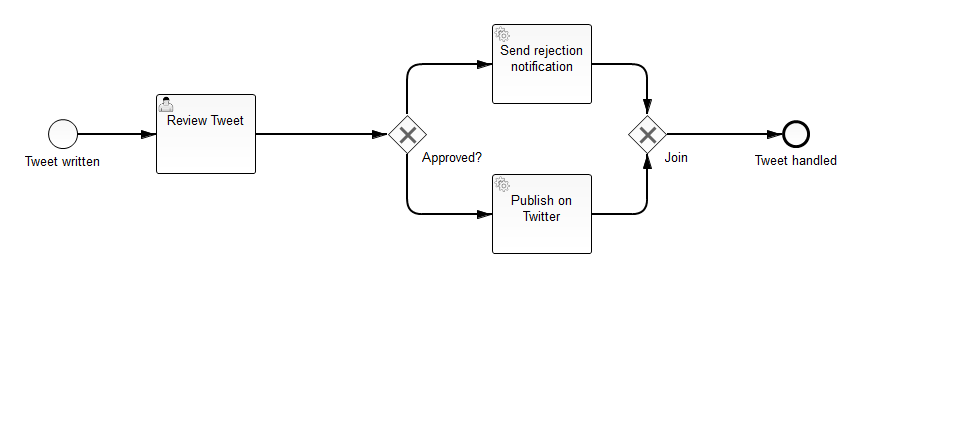
Above: twitter/src/main/resources/TwitterDemoProcess.png in camunda-consulting/camunda-7-code-examples (BPMN), before the change. Its source is kept beside it as twitter/src/main/resources/TwitterDemoProcess.bpmn. Ids are renumbered.
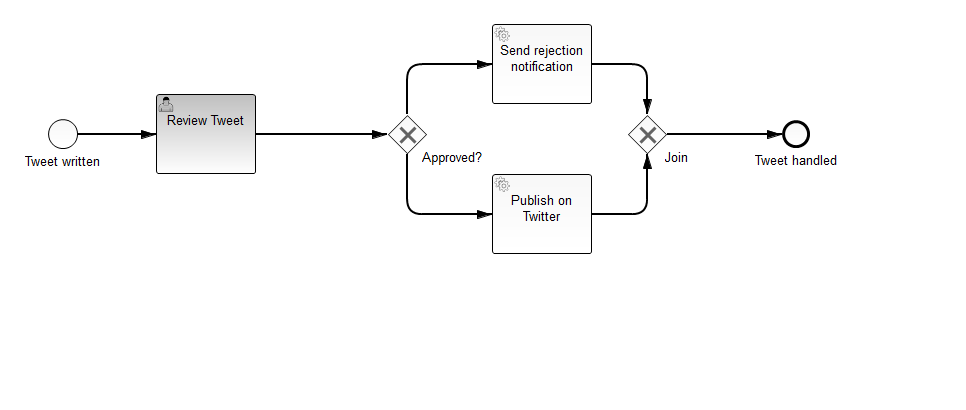
The same file after the commit.

Commit message:
adjusted invoice and twitter to 7.0.0-Final

The edit, as a diff of the source:
```diff
@@ -33,12 +33,12 @@
     <startEvent id="start_event_new_tweet" activiti:initiator="initiator" activiti:formKey="app:createTweet.jsf" name="Tweet written">
       <outgoing>SequenceFlow_9</outgoing>
     </startEvent>
-    <sequenceFlow id="SequenceFlow_9" name="" sourceRef="start_event_new_tweet" targetRef="user_task_review_tweet_XXXX"/>
-    <userTask id="user_task_review_tweet_XXXX" activiti:assignee="demo" activiti:formKey="app:reviewTweet.jsf" name="Review Tweet">
+    <sequenceFlow id="SequenceFlow_9" name="" sourceRef="start_event_new_tweet" targetRef="user_task_review_tweet"/>
+    <userTask id="user_task_review_tweet" activiti:assignee="demo" activiti:formKey="app:reviewTweet.jsf" name="Review Tweet">
       <incoming>SequenceFlow_9</incoming>
       <outgoing>SequenceFlow_2</outgoing>
     </userTask>
-    <sequenceFlow id="SequenceFlow_2" name="" sourceRef="user_task_review_tweet_XXXX" targetRef="gateway_approved"/>
+    <sequenceFlow id="SequenceFlow_2" name="" sourceRef="user_task_review_tweet" targetRef="gateway_approved"/>
   </process>
   <bpmndi:BPMNDiagram id="BPMNDiagram_TwitterDemoProcess">
     <bpmndi:BPMNPlane id="BPMNPlane_TwitterDemoProcess" bpmnElement="TwitterDemoProcess">
@@ -48,7 +48,7 @@
           <omgdc:Bounds height="22.0" width="82.0" x="22.0" y="151.0"/>
         </bpmndi:BPMNLabel>
       </bpmndi:BPMNShape>
-      <bpmndi:BPMNShape id="BPMNShape_Review_Tweet_3" bpmnElement="user_task_review_tweet_XXXX">
+      <bpmndi:BPMNShape id="BPMNShape_Review_Tweet_3" bpmnElement="user_task_review_tweet">
         <omgdc:Bounds height="80.0" width="100.0" x="156.0" y="94.0"/>
       </bpmndi:BPMNShape>
       <bpmndi:BPMNShape id="BPMNShape_Approved__3" bpmnElement="gateway_approved" isMarkerVisible="true">
```
